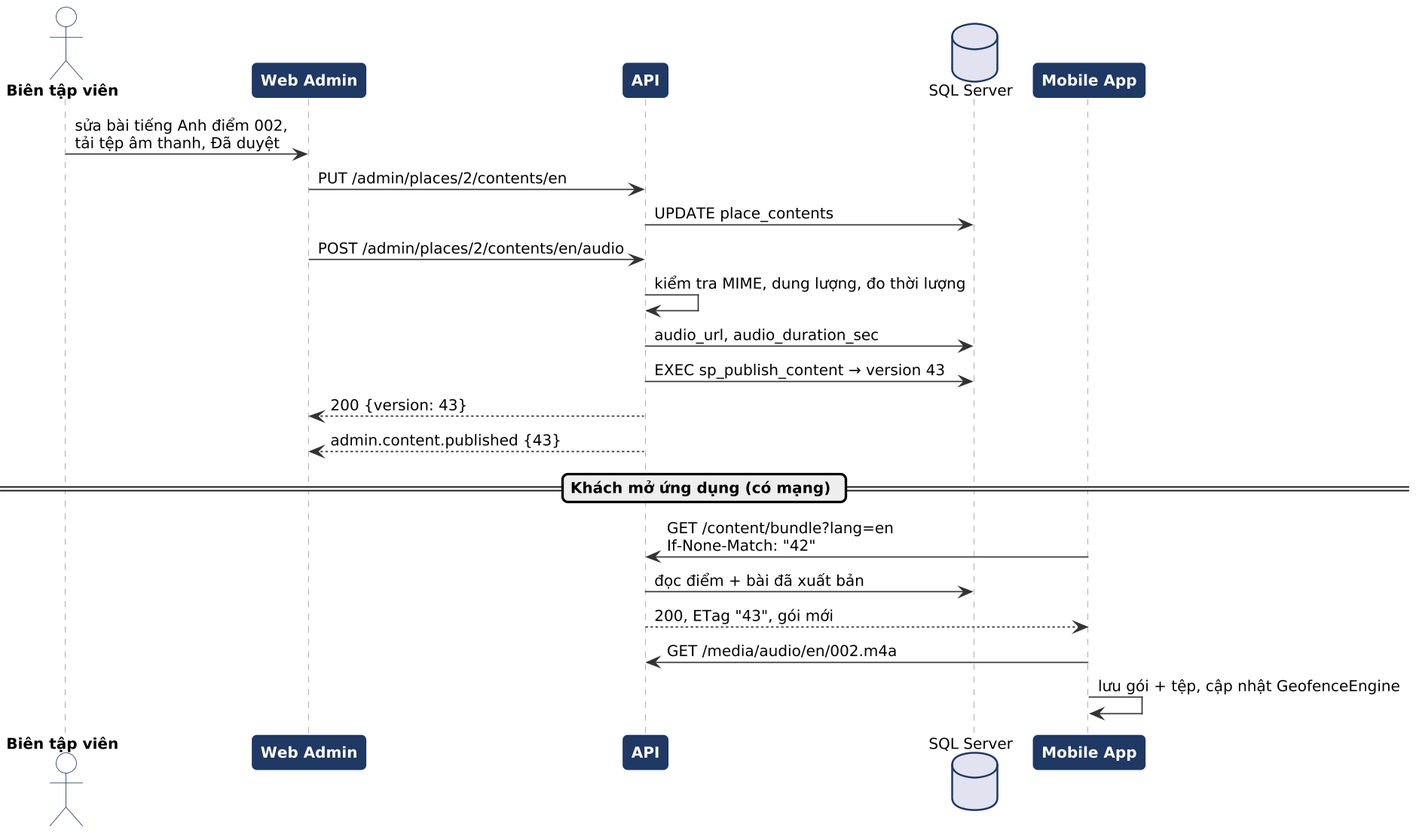
Earlier version of the PlantUML export docs/diagrams/sd03.png (quangdieuluong2006-ctrl/CNPM_DinhDocLap).
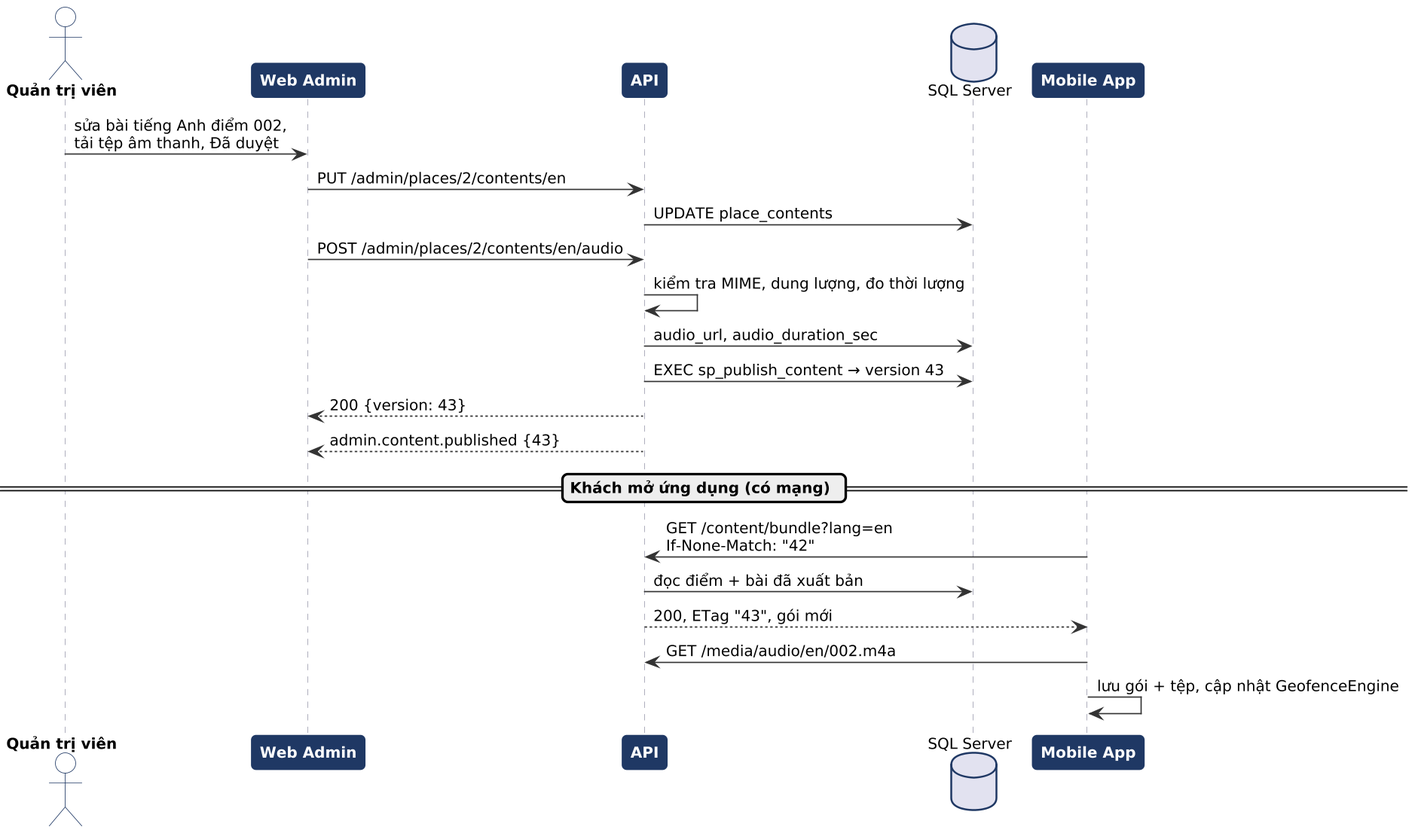
The same diagram one commit later.

What changed in the source:
```diff
@@ -1,6 +1,6 @@
 @startuml
 !include skin.iuml
-actor "Biên tập viên" as A
+actor "Quản trị viên" as A
 participant "Web Admin" as WA
 participant "API" as API
 database "SQL Server" as DB
```
